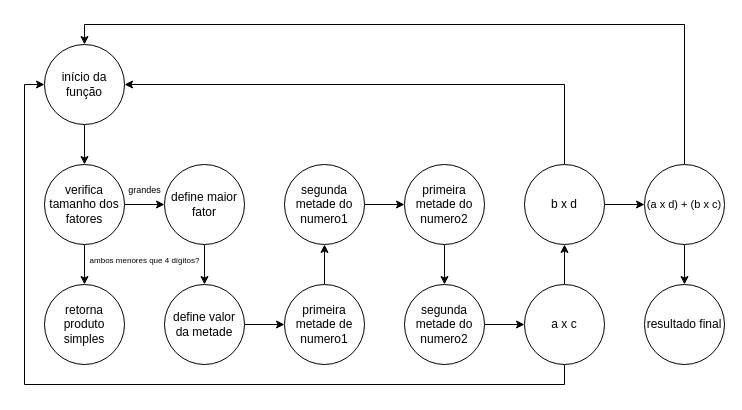
Earlier version of the draw.io diagram 1_algoritmo_de_karatsuba/grafo_de_fluxo.drawio (eduardobandeiramg/trabalhos-fpaa). Source tidied: cells renumbered, new cells numbered last; positions are measured from the earlier drawing's top-left corner, leaving out a move shared by most shapes. Both pictures are drawn from the tidied source at 100%, with x=0, y=0 at pixel (44, 44).
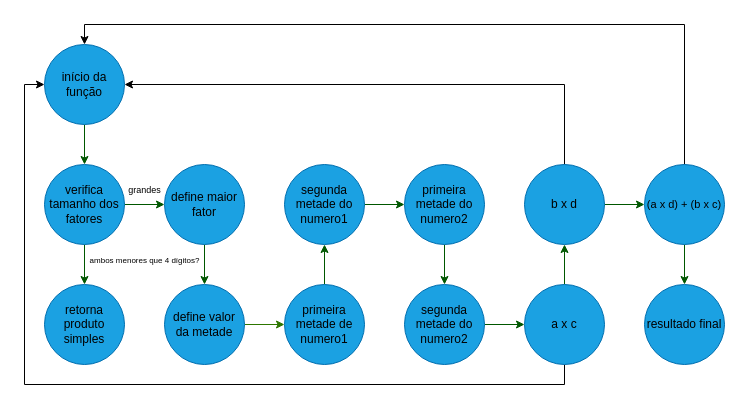
Above is the later version.

Commit message (it also covers changes not shown here):
colorindo diagrama para qualquer modo

Diff of the diagram source:
```diff
@@
-    <mxCell id="2" style="edgeStyle=orthogonalEdgeStyle;rounded=0;jettySize=auto;html=1;exitX=0.5;exitY=1;exitDx=0;exitDy=0;entryX=0.5;entryY=0;entryDx=0;entryDy=0;" parent="1" edge="1" source="3" target="6">
+    <mxCell id="2" style="edgeStyle=orthogonalEdgeStyle;rounded=0;jettySize=auto;html=1;exitX=0.5;exitY=1;exitDx=0;exitDy=0;entryX=0.5;entryY=0;entryDx=0;entryDy=0;fillColor=#008a00;strokeColor=#005700;" parent="1" edge="1" source="3" target="6">
       <mxGeometry relative="1" as="geometry" />
     </mxCell>
-    <mxCell id="3" value="início da função" style="ellipse;whiteSpace=wrap;html=1;" parent="1" vertex="1">
+    <mxCell id="3" value="&lt;span style=&quot;color: light-dark(rgb(0, 0, 0), rgb(255, 255, 0));&quot;&gt;início da função&lt;/span&gt;" style="ellipse;whiteSpace=wrap;html=1;fillColor=#1ba1e2;fontColor=#ffffff;strokeColor=#006EAF;" parent="1" vertex="1">
       <mxGeometry width="80" height="80" as="geometry" />
     </mxCell>
-    <mxCell id="4" style="edgeStyle=orthogonalEdgeStyle;rounded=0;jettySize=auto;html=1;exitX=0.5;exitY=1;exitDx=0;exitDy=0;entryX=0.5;entryY=0;entryDx=0;entryDy=0;" parent="1" edge="1" source="6" target="7">
+    <mxCell id="4" style="edgeStyle=orthogonalEdgeStyle;rounded=0;jettySize=auto;html=1;exitX=0.5;exitY=1;exitDx=0;exitDy=0;entryX=0.5;entryY=0;entryDx=0;entryDy=0;fillColor=#008a00;strokeColor=#005700;" parent="1" edge="1" source="6" target="7">
       <mxGeometry relative="1" as="geometry" />
     </mxCell>
-    <mxCell id="5" style="edgeStyle=orthogonalEdgeStyle;rounded=0;jettySize=auto;html=1;exitX=1;exitY=0.5;exitDx=0;exitDy=0;entryX=0;entryY=0.5;entryDx=0;entryDy=0;" parent="1" edge="1" source="6" target="29">
+    <mxCell id="5" style="edgeStyle=orthogonalEdgeStyle;rounded=0;jettySize=auto;html=1;exitX=1;exitY=0.5;exitDx=0;exitDy=0;entryX=0;entryY=0.5;entryDx=0;entryDy=0;fillColor=#008a00;strokeColor=#005700;" parent="1" edge="1" source="6" target="29">
       <mxGeometry relative="1" as="geometry" />
     </mxCell>
-    <mxCell id="6" value="verifica tamanho dos fatores" style="ellipse;whiteSpace=wrap;html=1;" parent="1" vertex="1">
+    <mxCell id="6" value="&lt;span style=&quot;color: light-dark(rgb(0, 0, 0), rgb(255, 255, 0));&quot;&gt;verifica tamanho dos fatores&lt;/span&gt;" style="ellipse;whiteSpace=wrap;html=1;fillColor=#1ba1e2;fontColor=#ffffff;strokeColor=#006EAF;" parent="1" vertex="1">
       <mxGeometry y="120" width="80" height="80" as="geometry" />
     </mxCell>
-    <mxCell id="7" value="retorna produto simples" style="ellipse;whiteSpace=wrap;html=1;" parent="1" vertex="1">
+    <mxCell id="7" value="&lt;span style=&quot;color: light-dark(rgb(0, 0, 0), rgb(255, 255, 0));&quot;&gt;retorna produto simples&lt;/span&gt;" style="ellipse;whiteSpace=wrap;html=1;fillColor=#1ba1e2;fontColor=#ffffff;strokeColor=#006EAF;" parent="1" vertex="1">
       <mxGeometry y="240" width="80" height="80" as="geometry" />
     </mxCell>
-    <mxCell id="8" style="edgeStyle=orthogonalEdgeStyle;rounded=0;jettySize=auto;html=1;exitX=0.5;exitY=0;exitDx=0;exitDy=0;entryX=0.5;entryY=1;entryDx=0;entryDy=0;" parent="1" edge="1" source="9" target="11">
+    <mxCell id="8" style="edgeStyle=orthogonalEdgeStyle;rounded=0;jettySize=auto;html=1;exitX=0.5;exitY=0;exitDx=0;exitDy=0;entryX=0.5;entryY=1;entryDx=0;entryDy=0;fillColor=#008a00;strokeColor=#005700;" parent="1" edge="1" source="9" target="11">
       <mxGeometry relative="1" as="geometry" />
     </mxCell>
-    <mxCell id="9" value="primeira metade de numero1" style="ellipse;whiteSpace=wrap;html=1;" parent="1" vertex="1">
+    <mxCell id="9" value="&lt;span style=&quot;color: light-dark(rgb(0, 0, 0), rgb(255, 255, 0));&quot;&gt;primeira metade de numero1&lt;/span&gt;" style="ellipse;whiteSpace=wrap;html=1;fillColor=#1ba1e2;fontColor=#ffffff;strokeColor=#006EAF;" parent="1" vertex="1">
       <mxGeometry x="240" y="240" width="80" height="80" as="geometry" />
     </mxCell>
-    <mxCell id="10" style="edgeStyle=orthogonalEdgeStyle;rounded=0;jettySize=auto;html=1;exitX=1;exitY=0.5;exitDx=0;exitDy=0;entryX=0;entryY=0.5;entryDx=0;entryDy=0;" parent="1" edge="1" source="11" target="13">
+    <mxCell id="10" style="edgeStyle=orthogonalEdgeStyle;rounded=0;jettySize=auto;html=1;exitX=1;exitY=0.5;exitDx=0;exitDy=0;entryX=0;entryY=0.5;entryDx=0;entryDy=0;fillColor=#008a00;strokeColor=#005700;" parent="1" edge="1" source="11" target="13">
       <mxGeometry relative="1" as="geometry" />
     </mxCell>
-    <mxCell id="11" value="segunda metade do numero1" style="ellipse;whiteSpace=wrap;html=1;" parent="1" vertex="1">
+    <mxCell id="11" value="&lt;span style=&quot;color: light-dark(rgb(0, 0, 0), rgb(255, 255, 0));&quot;&gt;segunda metade do numero1&lt;/span&gt;" style="ellipse;whiteSpace=wrap;html=1;fillColor=#1ba1e2;fontColor=#ffffff;strokeColor=#006EAF;" parent="1" vertex="1">
       <mxGeometry x="240" y="120" width="80" height="80" as="geometry" />
     </mxCell>
-    <mxCell id="12" style="edgeStyle=orthogonalEdgeStyle;rounded=0;jettySize=auto;html=1;exitX=0.5;exitY=1;exitDx=0;exitDy=0;entryX=0.5;entryY=0;entryDx=0;entryDy=0;" parent="1" edge="1" source="13" target="15">
+    <mxCell id="12" style="edgeStyle=orthogonalEdgeStyle;rounded=0;jettySize=auto;html=1;exitX=0.5;exitY=1;exitDx=0;exitDy=0;entryX=0.5;entryY=0;entryDx=0;entryDy=0;fillColor=#008a00;strokeColor=#005700;" parent="1" edge="1" source="13" target="15">
       <mxGeometry relative="1" as="geometry" />
     </mxCell>
-    <mxCell id="13" value="primeira metade do numero2" style="ellipse;whiteSpace=wrap;html=1;" parent="1" vertex="1">
+    <mxCell id="13" value="&lt;span style=&quot;color: light-dark(rgb(0, 0, 0), rgb(255, 255, 0));&quot;&gt;primeira metade do numero2&lt;/span&gt;" style="ellipse;whiteSpace=wrap;html=1;fillColor=#1ba1e2;fontColor=#ffffff;strokeColor=#006EAF;" parent="1" vertex="1">
       <mxGeometry x="360" y="120" width="80" height="80" as="geometry" />
     </mxCell>
-    <mxCell id="14" style="edgeStyle=orthogonalEdgeStyle;rounded=0;jettySize=auto;html=1;exitX=1;exitY=0.5;exitDx=0;exitDy=0;entryX=0;entryY=0.5;entryDx=0;entryDy=0;" parent="1" edge="1" source="15" target="19">
+    <mxCell id="14" style="edgeStyle=orthogonalEdgeStyle;rounded=0;jettySize=auto;html=1;exitX=1;exitY=0.5;exitDx=0;exitDy=0;entryX=0;entryY=0.5;entryDx=0;entryDy=0;fillColor=#008a00;strokeColor=#005700;" parent="1" edge="1" source="15" target="19">
       <mxGeometry relative="1" as="geometry" />
     </mxCell>
-    <mxCell id="15" value="segunda metade do numero2" style="ellipse;whiteSpace=wrap;html=1;" parent="1" vertex="1">
+    <mxCell id="15" value="&lt;span style=&quot;color: light-dark(rgb(0, 0, 0), rgb(255, 255, 0));&quot;&gt;segunda metade do numero2&lt;/span&gt;" style="ellipse;whiteSpace=wrap;html=1;fillColor=#1ba1e2;fontColor=#ffffff;strokeColor=#006EAF;" parent="1" vertex="1">
       <mxGeometry x="360" y="240" width="80" height="80" as="geometry" />
     </mxCell>
-    <mxCell id="16" value="&lt;font style=&quot;font-size: 8px;&quot;&gt;ambos menores que 4 dígitos?&lt;/font&gt;" style="text;html=1;align=center;verticalAlign=middle;strokeColor=none;fillColor=none;" parent="1" vertex="1">
+    <mxCell id="16" value="&lt;font style=&quot;font-size: 8px; color: light-dark(rgb(0, 0, 0), rgb(0, 153, 0));&quot;&gt;ambos menores que 4 dígitos?&lt;/font&gt;" style="text;html=1;align=center;verticalAlign=middle;strokeColor=none;fillColor=none;" parent="1" vertex="1">
       <mxGeometry x="35" y="200" width="130" height="30" as="geometry" />
     </mxCell>
-    <mxCell id="17" style="edgeStyle=orthogonalEdgeStyle;rounded=0;jettySize=auto;html=1;exitX=0.5;exitY=0;exitDx=0;exitDy=0;entryX=0.5;entryY=1;entryDx=0;entryDy=0;" parent="1" edge="1" source="19" target="22">
+    <mxCell id="17" style="edgeStyle=orthogonalEdgeStyle;rounded=0;jettySize=auto;html=1;exitX=0.5;exitY=0;exitDx=0;exitDy=0;entryX=0.5;entryY=1;entryDx=0;entryDy=0;fillColor=#008a00;strokeColor=#005700;" parent="1" edge="1" source="19" target="22">
       <mxGeometry relative="1" as="geometry" />
     </mxCell>
@@
-    <mxCell id="19" value="a x c" style="ellipse;whiteSpace=wrap;html=1;" parent="1" vertex="1">
+    <mxCell id="19" value="&lt;span style=&quot;color: light-dark(rgb(0, 0, 0), rgb(255, 255, 0));&quot;&gt;a x c&lt;/span&gt;" style="ellipse;whiteSpace=wrap;html=1;fillColor=#1ba1e2;fontColor=#ffffff;strokeColor=#006EAF;" parent="1" vertex="1">
       <mxGeometry x="480" y="240" width="80" height="80" as="geometry" />
     </mxCell>
-    <mxCell id="20" style="edgeStyle=orthogonalEdgeStyle;rounded=0;jettySize=auto;html=1;exitX=1;exitY=0.5;exitDx=0;exitDy=0;entryX=0;entryY=0.5;entryDx=0;entryDy=0;" parent="1" edge="1" source="22" target="25">
+    <mxCell id="20" style="edgeStyle=orthogonalEdgeStyle;rounded=0;jettySize=auto;html=1;exitX=1;exitY=0.5;exitDx=0;exitDy=0;entryX=0;entryY=0.5;entryDx=0;entryDy=0;fillColor=#008a00;strokeColor=#005700;" parent="1" edge="1" source="22" target="25">
       <mxGeometry relative="1" as="geometry" />
     </mxCell>
@@
-    <mxCell id="22" value="b x d" style="ellipse;whiteSpace=wrap;html=1;" parent="1" vertex="1">
+    <mxCell id="22" value="&lt;span style=&quot;color: light-dark(rgb(0, 0, 0), rgb(255, 255, 0));&quot;&gt;b x d&lt;/span&gt;" style="ellipse;whiteSpace=wrap;html=1;fillColor=#1ba1e2;fontColor=#ffffff;strokeColor=#006EAF;" parent="1" vertex="1">
       <mxGeometry x="480" y="120" width="80" height="80" as="geometry" />
     </mxCell>
-    <mxCell id="23" style="edgeStyle=orthogonalEdgeStyle;rounded=0;jettySize=auto;html=1;exitX=0.5;exitY=1;exitDx=0;exitDy=0;entryX=0.5;entryY=0;entryDx=0;entryDy=0;" parent="1" edge="1" source="25" target="26">
+    <mxCell id="23" style="edgeStyle=orthogonalEdgeStyle;rounded=0;jettySize=auto;html=1;exitX=0.5;exitY=1;exitDx=0;exitDy=0;entryX=0.5;entryY=0;entryDx=0;entryDy=0;fillColor=#008a00;strokeColor=#005700;" parent="1" edge="1" source="25" target="26">
       <mxGeometry relative="1" as="geometry" />
     </mxCell>
@@
-    <mxCell id="25" value="&lt;font style=&quot;font-size: 11px;&quot;&gt;(a x d) + (b x c)&lt;/font&gt;" style="ellipse;whiteSpace=wrap;html=1;" parent="1" vertex="1">
+    <mxCell id="25" value="&lt;font style=&quot;font-size: 11px; color: light-dark(rgb(0, 0, 0), rgb(255, 255, 0));&quot;&gt;(a x d) + (b x c)&lt;/font&gt;" style="ellipse;whiteSpace=wrap;html=1;fillColor=#1ba1e2;fontColor=#ffffff;strokeColor=#006EAF;" parent="1" vertex="1">
       <mxGeometry x="600" y="120" width="80" height="80" as="geometry" />
     </mxCell>
-    <mxCell id="26" value="resultado final" style="ellipse;whiteSpace=wrap;html=1;" parent="1" vertex="1">
+    <mxCell id="26" value="&lt;span style=&quot;color: light-dark(rgb(0, 0, 0), rgb(255, 255, 0));&quot;&gt;resultado final&lt;/span&gt;" style="ellipse;whiteSpace=wrap;html=1;fillColor=#1ba1e2;fontColor=#ffffff;strokeColor=#006EAF;" parent="1" vertex="1">
       <mxGeometry x="600" y="240" width="80" height="80" as="geometry" />
     </mxCell>
-    <mxCell id="27" value="&lt;font style=&quot;font-size: 9px;&quot;&gt;grandes&lt;/font&gt;" style="text;html=1;align=center;verticalAlign=middle;strokeColor=none;fillColor=none;" parent="1" vertex="1">
+    <mxCell id="27" value="&lt;font style=&quot;font-size: 9px; color: light-dark(rgb(0, 0, 0), rgb(0, 153, 0));&quot;&gt;grandes&lt;/font&gt;" style="text;html=1;align=center;verticalAlign=middle;strokeColor=none;fillColor=none;" parent="1" vertex="1">
       <mxGeometry x="70" y="130" width="60" height="30" as="geometry" />
     </mxCell>
-    <mxCell id="28" style="edgeStyle=orthogonalEdgeStyle;rounded=0;jettySize=auto;html=1;exitX=0.5;exitY=1;exitDx=0;exitDy=0;entryX=0.5;entryY=0;entryDx=0;entryDy=0;" parent="1" edge="1" source="29" target="31">
+    <mxCell id="28" style="edgeStyle=orthogonalEdgeStyle;rounded=0;jettySize=auto;html=1;exitX=0.5;exitY=1;exitDx=0;exitDy=0;entryX=0.5;entryY=0;entryDx=0;entryDy=0;fillColor=#008a00;strokeColor=#005700;" parent="1" edge="1" source="29" target="31">
       <mxGeometry relative="1" as="geometry" />
     </mxCell>
-    <mxCell id="29" value="define maior fator" style="ellipse;whiteSpace=wrap;html=1;" parent="1" vertex="1">
+    <mxCell id="29" value="&lt;span style=&quot;color: light-dark(rgb(0, 0, 0), rgb(255, 255, 0));&quot;&gt;define maior fator&lt;/span&gt;" style="ellipse;whiteSpace=wrap;html=1;fillColor=#1ba1e2;fontColor=#ffffff;strokeColor=#006EAF;" parent="1" vertex="1">
       <mxGeometry x="120" y="120" width="80" height="80" as="geometry" />
     </mxCell>
-    <mxCell id="30" style="edgeStyle=orthogonalEdgeStyle;rounded=0;jettySize=auto;html=1;exitX=1;exitY=0.5;exitDx=0;exitDy=0;entryX=0;entryY=0.5;entryDx=0;entryDy=0;" parent="1" edge="1" source="31" target="9">
+    <mxCell id="30" style="edgeStyle=orthogonalEdgeStyle;rounded=0;jettySize=auto;html=1;exitX=1;exitY=0.5;exitDx=0;exitDy=0;entryX=0;entryY=0.5;entryDx=0;entryDy=0;fillColor=#60a917;strokeColor=#2D7600;" parent="1" edge="1" source="31" target="9">
       <mxGeometry relative="1" as="geometry" />
     </mxCell>
-    <mxCell id="31" value="define valor da metade" style="ellipse;whiteSpace=wrap;html=1;" parent="1" vertex="1">
+    <mxCell id="31" value="&lt;span style=&quot;color: light-dark(rgb(0, 0, 0), rgb(255, 255, 0));&quot;&gt;define valor da metade&lt;/span&gt;" style="ellipse;whiteSpace=wrap;html=1;fillColor=#1ba1e2;fontColor=#ffffff;strokeColor=#006EAF;" parent="1" vertex="1">
       <mxGeometry x="120" y="240" width="80" height="80" as="geometry" />
     </mxCell>
```
